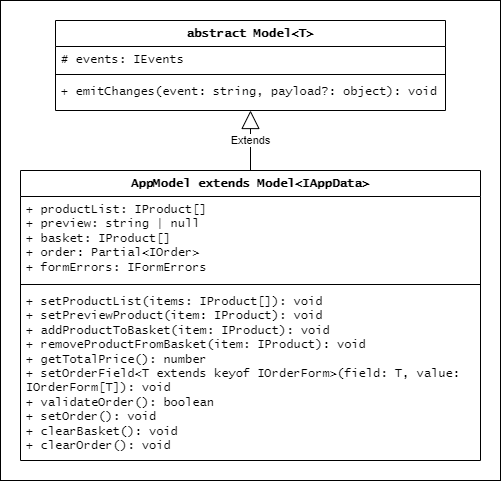
This is documentation/Model/ModelClasses.png from anna-kobis/web-larek, a draw.io export, as it was before one commit. Source tidied: cells renumbered, new cells last; positions are measured from the earlier drawing's top-left corner, leaving out a move shared by most shapes.
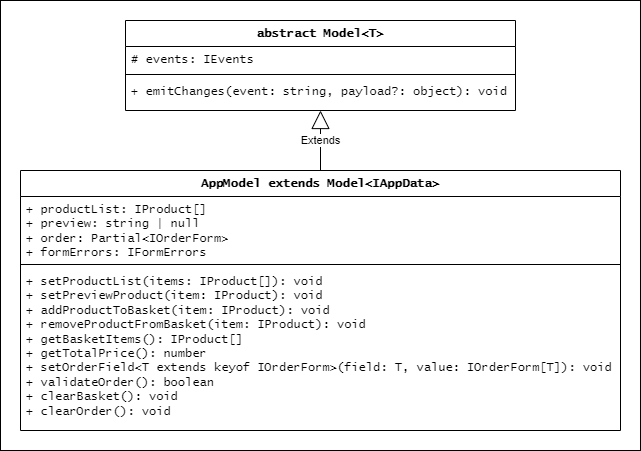
The same file after the commit.

What changed in the source:
```diff
@@ -3,10 +3,10 @@
     <mxCell id="0" />
     <mxCell id="1" parent="0" />
     <mxCell id="2" style="rounded=0;whiteSpace=wrap;html=1;" parent="1" vertex="1">
-      <mxGeometry width="500" height="480" as="geometry" />
+      <mxGeometry width="640" height="450" as="geometry" />
     </mxCell>
     <mxCell id="3" value="abstract Model&amp;lt;T&amp;gt;" style="swimlane;fontStyle=1;align=center;verticalAlign=top;horizontal=1;startSize=26;whiteSpace=wrap;html=1;fontFamily=Lucida Console;" parent="1" vertex="1">
-      <mxGeometry x="55" y="20" width="390" height="90" as="geometry" />
+      <mxGeometry x="125" y="20" width="390" height="90" as="geometry" />
     </mxCell>
     <mxCell id="4" value="# events: IEvents" style="text;strokeColor=none;fillColor=none;align=left;verticalAlign=top;spacingLeft=4;spacingRight=4;overflow=hidden;whiteSpace=wrap;html=1;fontFamily=Lucida Console;" parent="3" vertex="1">
       <mxGeometry y="26" width="390" height="24" as="geometry" />
@@ -18,16 +18,16 @@
       <mxGeometry y="58" width="390" height="32" as="geometry" />
     </mxCell>
     <mxCell id="7" value="AppModel extends Model&amp;lt;IAppData&amp;gt;" style="swimlane;fontStyle=1;align=center;verticalAlign=top;horizontal=1;startSize=26;whiteSpace=wrap;html=1;fontFamily=Lucida Console;" parent="1" vertex="1">
-      <mxGeometry x="20" y="170" width="460" height="290" as="geometry" />
+      <mxGeometry x="20" y="170" width="600" height="260" as="geometry" />
     </mxCell>
-    <mxCell id="8" value="&lt;div&gt;+ productList: IProduct[]&lt;/div&gt;&lt;div&gt;&lt;span style=&quot;white-space: normal;&quot;&gt;+ preview: string | null&lt;/span&gt;&lt;/div&gt;&lt;div&gt;&lt;span style=&quot;white-space: normal;&quot;&gt;+ basket: IProduct[]&lt;/span&gt;&lt;/div&gt;&lt;div&gt;&lt;span style=&quot;white-space: normal;&quot;&gt;+ order:&amp;nbsp;&lt;/span&gt;&lt;span style=&quot;background-color: initial;&quot;&gt;Partial&amp;lt;IOrder&amp;gt;&lt;/span&gt;&lt;/div&gt;&lt;div&gt;&lt;span style=&quot;white-space: normal;&quot;&gt;+ formErrors: IFormErrors&lt;/span&gt;&lt;/div&gt;" style="text;strokeColor=none;fillColor=none;align=left;verticalAlign=top;spacingLeft=4;spacingRight=4;overflow=hidden;whiteSpace=wrap;html=1;fontFamily=Lucida Console;" parent="7" vertex="1">
-      <mxGeometry y="26" width="460" height="84" as="geometry" />
+    <mxCell id="8" value="&lt;div&gt;+ productList: IProduct[]&lt;/div&gt;&lt;div&gt;&lt;span style=&quot;white-space: normal;&quot;&gt;+ preview: string | null&lt;/span&gt;&lt;/div&gt;&lt;div&gt;&lt;span style=&quot;white-space: normal;&quot;&gt;+ order:&amp;nbsp;&lt;/span&gt;&lt;span style=&quot;background-color: initial;&quot;&gt;Partial&amp;lt;IOrderForm&amp;gt;&lt;/span&gt;&lt;/div&gt;&lt;div&gt;&lt;span style=&quot;white-space: normal;&quot;&gt;+ formErrors: IFormErrors&lt;/span&gt;&lt;/div&gt;" style="text;strokeColor=none;fillColor=none;align=left;verticalAlign=top;spacingLeft=4;spacingRight=4;overflow=hidden;whiteSpace=wrap;html=1;fontFamily=Lucida Console;" parent="7" vertex="1">
+      <mxGeometry y="26" width="600" height="64" as="geometry" />
     </mxCell>
     <mxCell id="9" style="line;strokeWidth=1;fillColor=none;align=left;verticalAlign=middle;spacingTop=-1;spacingLeft=3;spacingRight=3;labelPosition=right;strokeColor=inherit;fontFamily=Lucida Console;" parent="7" vertex="1">
-      <mxGeometry y="110" width="460" height="8" as="geometry" />
+      <mxGeometry y="90" width="600" height="8" as="geometry" />
     </mxCell>
-    <mxCell id="10" value="&lt;div&gt;+ setProductList(items: IProduct[]): void&lt;/div&gt;&lt;div&gt;&lt;span style=&quot;white-space: normal;&quot;&gt;+ setPreviewProduct(item: IProduct): void&lt;/span&gt;&lt;/div&gt;&lt;div&gt;&lt;span style=&quot;white-space: normal;&quot;&gt;+ addProductToBasket(item: IProduct): void&lt;/span&gt;&lt;/div&gt;&lt;div&gt;&lt;span style=&quot;white-space: normal;&quot;&gt;+ removeProductFromBasket(&lt;/span&gt;item: IProduct&lt;span style=&quot;white-space: normal;&quot;&gt;): void&lt;/span&gt;&lt;/div&gt;&lt;div&gt;&lt;span style=&quot;white-space: normal;&quot;&gt;+ getTotalPrice(): number&lt;/span&gt;&lt;/div&gt;&lt;div&gt;&lt;span style=&quot;white-space: normal;&quot;&gt;+&amp;nbsp;&lt;/span&gt;&lt;span style=&quot;background-color: initial;&quot;&gt;setOrderField&amp;lt;T extends keyof IOrderForm&amp;gt;(field: T, value: IOrderForm[T]): void&lt;/span&gt;&lt;/div&gt;&lt;div&gt;&lt;span style=&quot;white-space: normal;&quot;&gt;+ validateOrder(): boolean&lt;/span&gt;&lt;/div&gt;&lt;div&gt;&lt;span style=&quot;white-space: normal;&quot;&gt;+&amp;nbsp;&lt;/span&gt;&lt;span style=&quot;background-color: initial;&quot;&gt;setOrder(): void&lt;/span&gt;&lt;/div&gt;&lt;div&gt;&lt;span style=&quot;white-space: normal;&quot;&gt;+ clearBasket(): void&lt;/span&gt;&lt;/div&gt;&lt;div&gt;+ clearOrder(): void&lt;br&gt;&lt;/div&gt;" style="text;strokeColor=none;fillColor=none;align=left;verticalAlign=top;spacingLeft=4;spacingRight=4;overflow=hidden;whiteSpace=wrap;html=1;fontFamily=Lucida Console;fontStyle=0;fontColor=#000000;" parent="7" vertex="1">
-      <mxGeometry y="118" width="460" height="172" as="geometry" />
+    <mxCell id="10" value="&lt;div&gt;+ setProductList(items: IProduct[]): void&lt;/div&gt;&lt;div&gt;&lt;span style=&quot;white-space: normal;&quot;&gt;+ setPreviewProduct(item: IProduct): void&lt;/span&gt;&lt;/div&gt;&lt;div&gt;&lt;span style=&quot;white-space: normal;&quot;&gt;+ addProductToBasket(item: IProduct): void&lt;/span&gt;&lt;/div&gt;&lt;div&gt;&lt;span style=&quot;white-space: normal;&quot;&gt;+ removeProductFromBasket(&lt;/span&gt;item: IProduct&lt;span style=&quot;white-space: normal;&quot;&gt;): void&lt;/span&gt;&lt;/div&gt;&lt;div&gt;+ getBasketItems(): IProduct[]&lt;br&gt;&lt;/div&gt;&lt;div&gt;&lt;span style=&quot;white-space: normal;&quot;&gt;+ getTotalPrice(): number&lt;/span&gt;&lt;/div&gt;&lt;div&gt;&lt;span style=&quot;white-space: normal;&quot;&gt;+&amp;nbsp;&lt;/span&gt;&lt;span style=&quot;background-color: initial;&quot;&gt;setOrderField&amp;lt;T extends keyof IOrderForm&amp;gt;(field: T, value: IOrderForm[T]): void&lt;/span&gt;&lt;/div&gt;&lt;div&gt;&lt;span style=&quot;white-space: normal;&quot;&gt;+ validateOrder(): boolean&lt;/span&gt;&lt;/div&gt;&lt;div&gt;&lt;span style=&quot;background-color: initial;&quot;&gt;+ clearBasket(): void&lt;/span&gt;&lt;br&gt;&lt;/div&gt;&lt;div&gt;+ clearOrder(): void&lt;br&gt;&lt;/div&gt;" style="text;strokeColor=none;fillColor=none;align=left;verticalAlign=top;spacingLeft=4;spacingRight=4;overflow=hidden;whiteSpace=wrap;html=1;fontFamily=Lucida Console;fontStyle=0;fontColor=#000000;" parent="7" vertex="1">
+      <mxGeometry y="98" width="600" height="162" as="geometry" />
     </mxCell>
     <mxCell id="11" value="Extends" style="endArrow=block;endSize=16;endFill=0;html=1;rounded=0;" parent="1" edge="1" source="7" target="3">
       <mxGeometry relative="1" as="geometry" />
```
